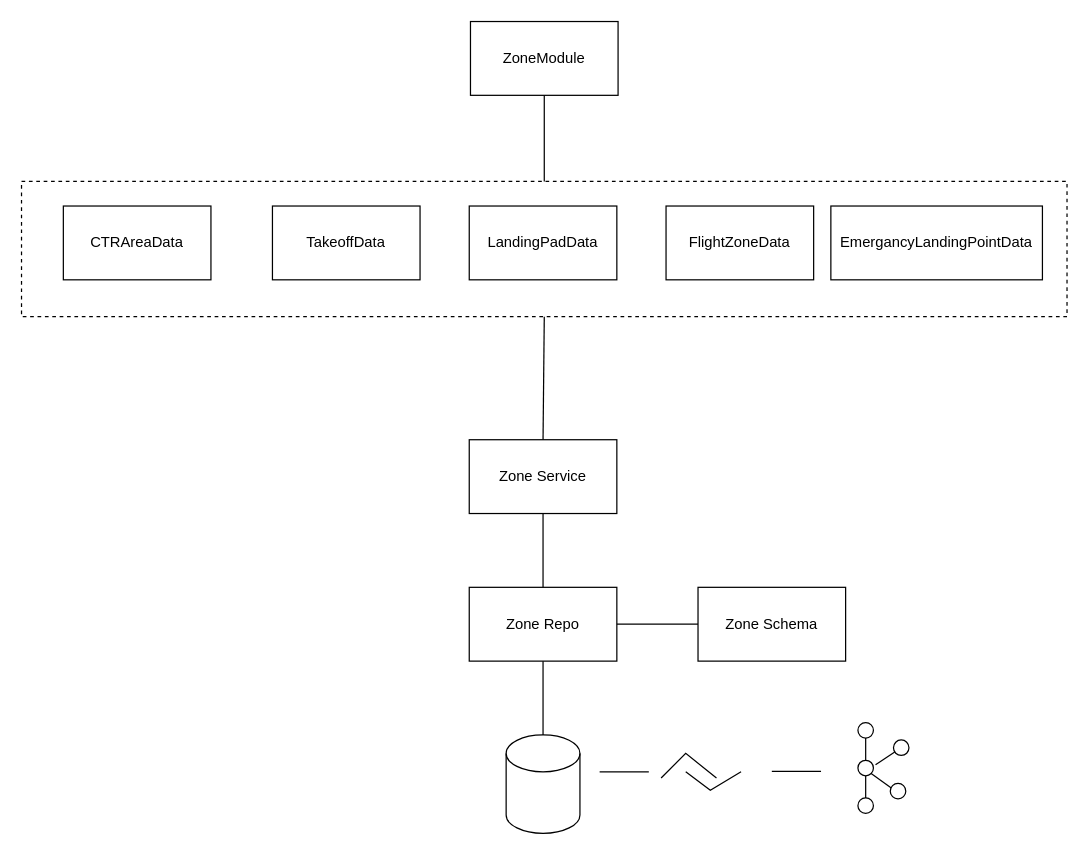
This is Untitled Diagram.drawio from natank/diagrams, a draw.io file, before an edit. Source tidied: cells renumbered, new cells numbered last; positions are measured from the earlier drawing's top-left corner, leaving out a move shared by most shapes. Both pictures are drawn from the tidied source at 123%, with x=0, y=0 at pixel (21, 21).
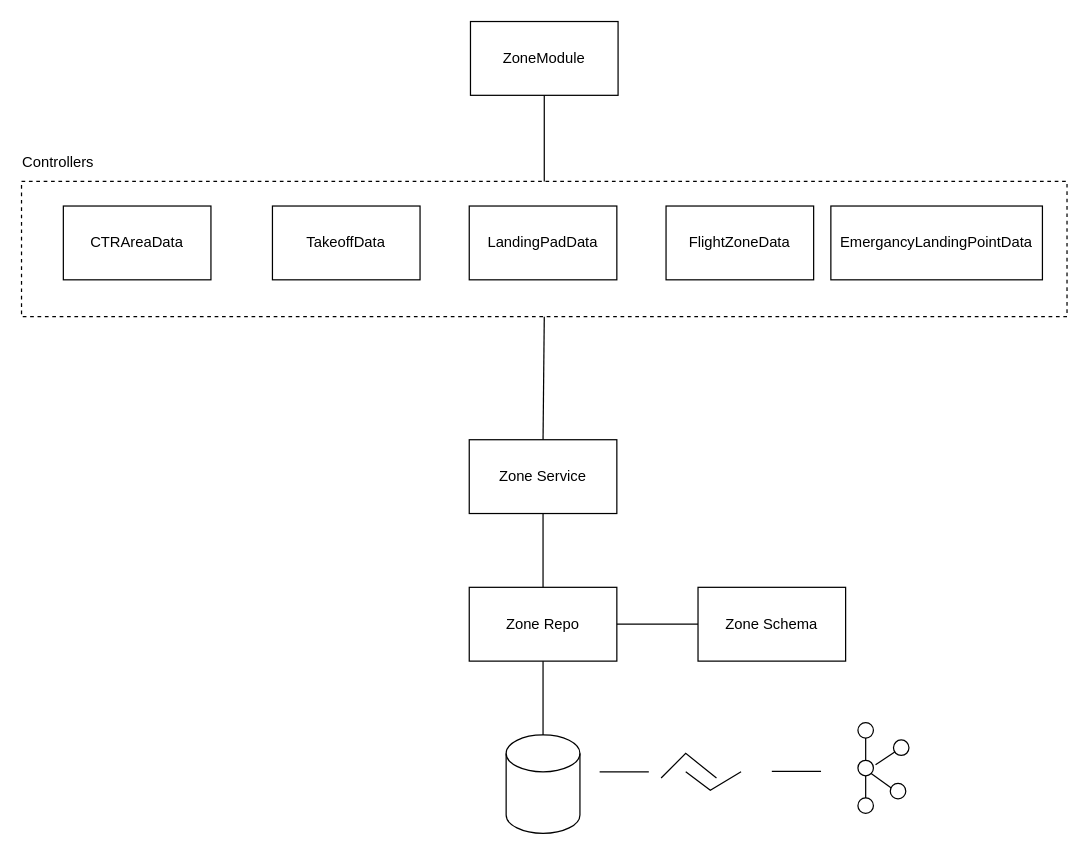
The same diagram, later.

Change to the diagram source:
```diff
@@
+    <mxCell id="34" value="Controllers" style="text;html=1;strokeColor=none;fillColor=none;align=center;verticalAlign=middle;whiteSpace=wrap;rounded=0;" parent="1" vertex="1">
+      <mxGeometry y="100" width="60" height="30" as="geometry" />
+    </mxCell>
```
